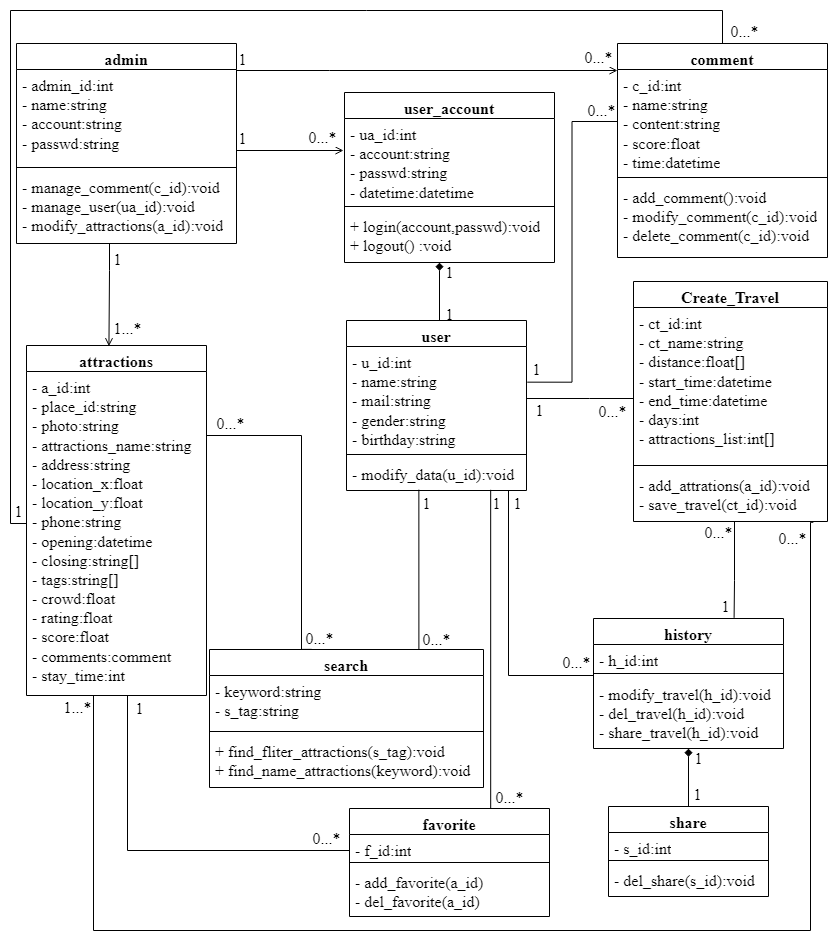
Earlier version of the draw.io export ClassDiagram0430.png (10946009/ntub_112403). Source tidied: cells renumbered, new cells last; positions are measured from the earlier drawing's top-left corner, leaving out a move shared by most shapes.
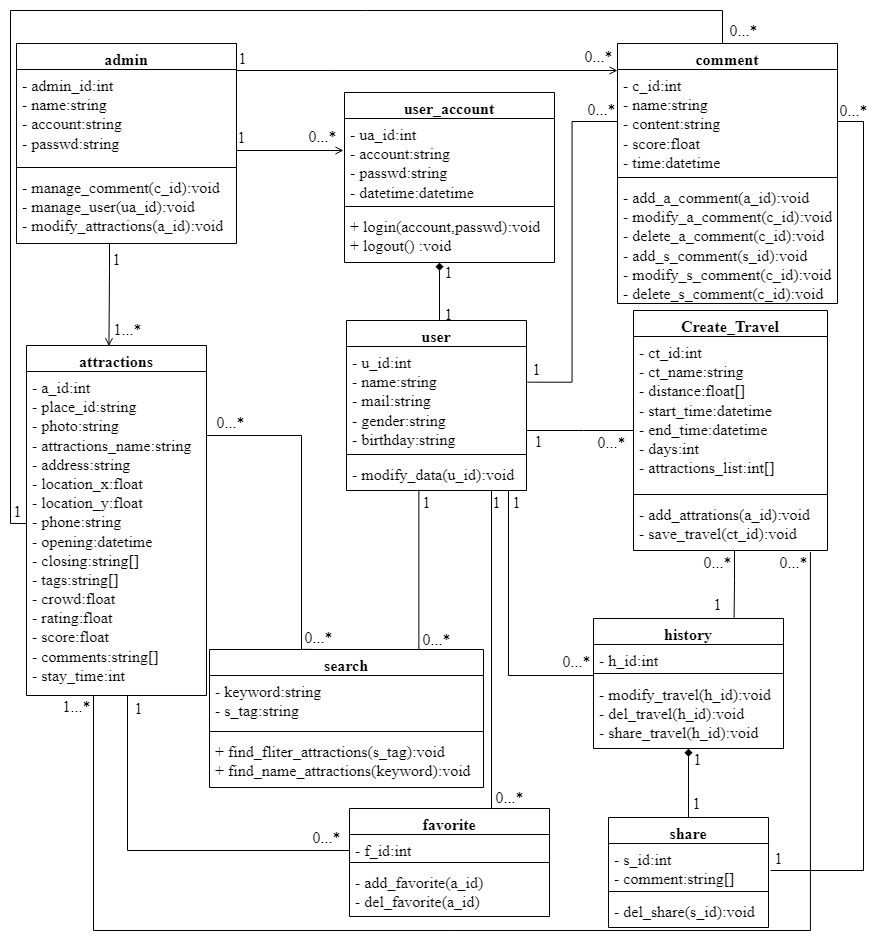
Later version of the same file.

The edit, as a diff of the source:
```diff
@@ -65,7 +65,7 @@
         <mxPoint x="18" y="33" as="offset" />
       </mxGeometry>
     </mxCell>
-    <mxCell id="15" style="edgeStyle=orthogonalEdgeStyle;rounded=0;jettySize=auto;html=1;entryX=0.927;entryY=1.016;entryDx=0;entryDy=0;entryPerimeter=0;endArrow=none;endFill=0;fontFamily=Times New Roman;fontSize=16;" parent="1" edge="1" source="18" target="75">
+    <mxCell id="15" style="edgeStyle=orthogonalEdgeStyle;rounded=0;jettySize=auto;html=1;endArrow=none;endFill=0;fontFamily=Times New Roman;fontSize=16;entryX=0.912;entryY=1.03;entryDx=0;entryDy=0;entryPerimeter=0;" parent="1" edge="1" source="18" target="75">
       <mxGeometry relative="1" as="geometry">
         <Array as="points">
           <mxPoint x="83" y="920" />
@@ -80,13 +80,13 @@
     </mxCell>
     <mxCell id="17" value="0...*" style="edgeLabel;html=1;align=center;verticalAlign=middle;fontFamily=Times New Roman;fontSize=16;" parent="15" vertex="1">
       <mxGeometry x="0.98" y="1" relative="1" as="geometry">
-        <mxPoint x="-18" y="8" as="offset" />
+        <mxPoint x="-16" as="offset" />
       </mxGeometry>
     </mxCell>
     <mxCell id="18" value="attractions" style="swimlane;fontStyle=1;align=center;verticalAlign=top;horizontal=1;startSize=26;whiteSpace=wrap;html=1;fontFamily=Times New Roman;fontSize=16;" parent="1" vertex="1">
       <mxGeometry x="16" y="335" width="180" height="350" as="geometry" />
     </mxCell>
-    <mxCell id="19" value="- a_id:int&lt;br style=&quot;font-size: 16px;&quot;&gt;- place_id:string&lt;br style=&quot;border-color: var(--border-color); font-size: 16px;&quot;&gt;&lt;span style=&quot;border-color: var(--border-color); font-size: 16px;&quot;&gt;- photo:string&lt;/span&gt;&lt;br style=&quot;border-color: var(--border-color); font-size: 16px;&quot;&gt;&lt;span style=&quot;border-color: var(--border-color); font-size: 16px;&quot;&gt;- attractions_name:string&lt;/span&gt;&lt;br style=&quot;border-color: var(--border-color); font-size: 16px;&quot;&gt;&lt;span style=&quot;border-color: var(--border-color); font-size: 16px;&quot;&gt;- address:string&lt;/span&gt;&lt;br style=&quot;border-color: var(--border-color); font-size: 16px;&quot;&gt;&lt;span style=&quot;border-color: var(--border-color); font-size: 16px;&quot;&gt;- location_x:float&lt;/span&gt;&lt;br style=&quot;border-color: var(--border-color); font-size: 16px;&quot;&gt;&lt;span style=&quot;border-color: var(--border-color); font-size: 16px;&quot;&gt;- location_y:float&lt;/span&gt;&lt;br style=&quot;border-color: var(--border-color); font-size: 16px;&quot;&gt;&lt;span style=&quot;border-color: var(--border-color); font-size: 16px;&quot;&gt;- phone:string&lt;/span&gt;&lt;br style=&quot;border-color: var(--border-color); font-size: 16px;&quot;&gt;&lt;span style=&quot;border-color: var(--border-color); font-size: 16px;&quot;&gt;- opening:datetime&lt;/span&gt;&lt;br style=&quot;border-color: var(--border-color); font-size: 16px;&quot;&gt;&lt;span style=&quot;border-color: var(--border-color); font-size: 16px;&quot;&gt;- closing:string[]&lt;/span&gt;&lt;br style=&quot;border-color: var(--border-color); font-size: 16px;&quot;&gt;&lt;span style=&quot;border-color: var(--border-color); font-size: 16px;&quot;&gt;- tags:string[]&lt;/span&gt;&lt;br style=&quot;border-color: var(--border-color); font-size: 16px;&quot;&gt;&lt;span style=&quot;border-color: var(--border-color); font-size: 16px;&quot;&gt;- crowd:float&lt;/span&gt;&lt;br style=&quot;border-color: var(--border-color); font-size: 16px;&quot;&gt;&lt;span style=&quot;border-color: var(--border-color); font-size: 16px;&quot;&gt;- rating:float&lt;/span&gt;&lt;br style=&quot;border-color: var(--border-color); font-size: 16px;&quot;&gt;&lt;span style=&quot;border-color: var(--border-color); font-size: 16px;&quot;&gt;- score:float&lt;/span&gt;&lt;br style=&quot;border-color: var(--border-color); font-size: 16px;&quot;&gt;&lt;span style=&quot;border-color: var(--border-color); font-size: 16px;&quot;&gt;- comments:comment&lt;/span&gt;&lt;br style=&quot;border-color: var(--border-color); font-size: 16px;&quot;&gt;&lt;span style=&quot;border-color: var(--border-color); font-size: 16px;&quot;&gt;- stay_time:int&lt;/span&gt;" style="text;strokeColor=none;fillColor=none;align=left;verticalAlign=top;spacingLeft=4;spacingRight=4;overflow=hidden;points=[[0,0.5],[1,0.5]];portConstraint=eastwest;whiteSpace=wrap;html=1;fontFamily=Times New Roman;fontSize=16;" parent="18" vertex="1">
+    <mxCell id="19" value="- a_id:int&lt;br style=&quot;font-size: 16px;&quot;&gt;- place_id:string&lt;br style=&quot;border-color: var(--border-color); font-size: 16px;&quot;&gt;&lt;span style=&quot;border-color: var(--border-color); font-size: 16px;&quot;&gt;- photo:string&lt;/span&gt;&lt;br style=&quot;border-color: var(--border-color); font-size: 16px;&quot;&gt;&lt;span style=&quot;border-color: var(--border-color); font-size: 16px;&quot;&gt;- attractions_name:string&lt;/span&gt;&lt;br style=&quot;border-color: var(--border-color); font-size: 16px;&quot;&gt;&lt;span style=&quot;border-color: var(--border-color); font-size: 16px;&quot;&gt;- address:string&lt;/span&gt;&lt;br style=&quot;border-color: var(--border-color); font-size: 16px;&quot;&gt;&lt;span style=&quot;border-color: var(--border-color); font-size: 16px;&quot;&gt;- location_x:float&lt;/span&gt;&lt;br style=&quot;border-color: var(--border-color); font-size: 16px;&quot;&gt;&lt;span style=&quot;border-color: var(--border-color); font-size: 16px;&quot;&gt;- location_y:float&lt;/span&gt;&lt;br style=&quot;border-color: var(--border-color); font-size: 16px;&quot;&gt;&lt;span style=&quot;border-color: var(--border-color); font-size: 16px;&quot;&gt;- phone:string&lt;/span&gt;&lt;br style=&quot;border-color: var(--border-color); font-size: 16px;&quot;&gt;&lt;span style=&quot;border-color: var(--border-color); font-size: 16px;&quot;&gt;- opening:datetime&lt;/span&gt;&lt;br style=&quot;border-color: var(--border-color); font-size: 16px;&quot;&gt;&lt;span style=&quot;border-color: var(--border-color); font-size: 16px;&quot;&gt;- closing:string[]&lt;/span&gt;&lt;br style=&quot;border-color: var(--border-color); font-size: 16px;&quot;&gt;&lt;span style=&quot;border-color: var(--border-color); font-size: 16px;&quot;&gt;- tags:string[]&lt;/span&gt;&lt;br style=&quot;border-color: var(--border-color); font-size: 16px;&quot;&gt;&lt;span style=&quot;border-color: var(--border-color); font-size: 16px;&quot;&gt;- crowd:float&lt;/span&gt;&lt;br style=&quot;border-color: var(--border-color); font-size: 16px;&quot;&gt;&lt;span style=&quot;border-color: var(--border-color); font-size: 16px;&quot;&gt;- rating:float&lt;/span&gt;&lt;br style=&quot;border-color: var(--border-color); font-size: 16px;&quot;&gt;&lt;span style=&quot;border-color: var(--border-color); font-size: 16px;&quot;&gt;- score:float&lt;/span&gt;&lt;br style=&quot;border-color: var(--border-color); font-size: 16px;&quot;&gt;&lt;span style=&quot;border-color: var(--border-color); font-size: 16px;&quot;&gt;- comments:string[]&lt;/span&gt;&lt;br style=&quot;border-color: var(--border-color); font-size: 16px;&quot;&gt;&lt;span style=&quot;border-color: var(--border-color); font-size: 16px;&quot;&gt;- stay_time:int&lt;/span&gt;" style="text;strokeColor=none;fillColor=none;align=left;verticalAlign=top;spacingLeft=4;spacingRight=4;overflow=hidden;points=[[0,0.5],[1,0.5]];portConstraint=eastwest;whiteSpace=wrap;html=1;fontFamily=Times New Roman;fontSize=16;" parent="18" vertex="1">
       <mxGeometry y="26" width="180" height="324" as="geometry" />
     </mxCell>
     <mxCell id="20" style="edgeStyle=orthogonalEdgeStyle;rounded=0;jettySize=auto;html=1;endArrow=none;endFill=0;startArrow=open;startFill=0;fontFamily=Times New Roman;fontSize=16;strokeColor=default;" parent="1" edge="1" source="26" target="47">
@@ -127,16 +127,16 @@
       </mxGeometry>
     </mxCell>
     <mxCell id="26" value="comment" style="swimlane;fontStyle=1;align=center;verticalAlign=top;horizontal=1;startSize=26;whiteSpace=wrap;html=1;fontFamily=Times New Roman;fontSize=16;" parent="1" vertex="1">
-      <mxGeometry x="607" y="33" width="210" height="214" as="geometry" />
+      <mxGeometry x="607" y="33" width="220" height="260" as="geometry" />
     </mxCell>
     <mxCell id="27" value="- c_id:int&lt;br style=&quot;border-color: var(--border-color); font-size: 16px;&quot;&gt;&lt;span style=&quot;font-size: 16px;&quot;&gt;- name:string&lt;/span&gt;&lt;br style=&quot;border-color: var(--border-color); font-size: 16px;&quot;&gt;&lt;span style=&quot;font-size: 16px;&quot;&gt;- content:string&lt;/span&gt;&lt;br style=&quot;border-color: var(--border-color); font-size: 16px;&quot;&gt;&lt;span style=&quot;font-size: 16px;&quot;&gt;- score:float&lt;/span&gt;&lt;br style=&quot;border-color: var(--border-color); font-size: 16px;&quot;&gt;&lt;span style=&quot;font-size: 16px;&quot;&gt;- time:datetime&lt;/span&gt;" style="text;strokeColor=none;fillColor=none;align=left;verticalAlign=top;spacingLeft=4;spacingRight=4;overflow=hidden;points=[[0,0.5],[1,0.5]];portConstraint=eastwest;whiteSpace=wrap;html=1;fontFamily=Times New Roman;fontSize=16;" parent="26" vertex="1">
-      <mxGeometry y="26" width="210" height="104" as="geometry" />
+      <mxGeometry y="26" width="220" height="104" as="geometry" />
     </mxCell>
     <mxCell id="28" style="line;strokeWidth=1;fillColor=none;align=left;verticalAlign=middle;spacingTop=-1;spacingLeft=3;spacingRight=3;labelPosition=right;strokeColor=inherit;fontFamily=Times New Roman;fontSize=16;" parent="26" vertex="1">
-      <mxGeometry y="130" width="210" height="8" as="geometry" />
+      <mxGeometry y="130" width="220" height="8" as="geometry" />
     </mxCell>
-    <mxCell id="29" value="- add_comment():void&lt;br style=&quot;border-color: var(--border-color); font-size: 16px;&quot;&gt;&lt;span style=&quot;font-size: 16px;&quot;&gt;- modify_comment(c_id):void&lt;/span&gt;&lt;br style=&quot;border-color: var(--border-color); font-size: 16px;&quot;&gt;&lt;span style=&quot;font-size: 16px;&quot;&gt;- delete_comment(c_id):void&lt;/span&gt;" style="text;strokeColor=none;fillColor=none;align=left;verticalAlign=top;spacingLeft=4;spacingRight=4;overflow=hidden;whiteSpace=wrap;html=1;fontFamily=Times New Roman;fontSize=16;" parent="26" vertex="1">
-      <mxGeometry y="138" width="210" height="76" as="geometry" />
+    <mxCell id="29" value="- add_a_comment(a_id):void&lt;br style=&quot;border-color: var(--border-color); font-size: 16px;&quot;&gt;&lt;span style=&quot;font-size: 16px;&quot;&gt;- modify_a_comment(c_id):void&lt;/span&gt;&lt;br style=&quot;border-color: var(--border-color); font-size: 16px;&quot;&gt;- delete_a_comment(c_id):void&lt;br&gt;- add_s_comment(s_id):void&lt;br style=&quot;border-color: var(--border-color);&quot;&gt;&lt;span style=&quot;border-color: var(--border-color);&quot;&gt;- modify_s_comment(c_id):void&lt;/span&gt;&lt;br style=&quot;border-color: var(--border-color);&quot;&gt;&lt;span style=&quot;border-color: var(--border-color);&quot;&gt;- delete_s_comment(c_id):void&lt;/span&gt;&lt;span style=&quot;font-size: 16px;&quot;&gt;&lt;br&gt;&lt;/span&gt;" style="text;strokeColor=none;fillColor=none;align=left;verticalAlign=top;spacingLeft=4;spacingRight=4;overflow=hidden;whiteSpace=wrap;html=1;fontFamily=Times New Roman;fontSize=16;" parent="26" vertex="1">
+      <mxGeometry y="138" width="220" height="122" as="geometry" />
     </mxCell>
     <mxCell id="30" style="edgeStyle=orthogonalEdgeStyle;rounded=0;jettySize=auto;html=1;entryX=0.5;entryY=0;entryDx=0;entryDy=0;endArrow=none;endFill=0;fontFamily=Times New Roman;fontSize=16;startArrow=diamond;startFill=1;exitX=0.5;exitY=1;exitDx=0;exitDy=0;exitPerimeter=0;" parent="1" edge="1" source="36" target="61">
       <mxGeometry relative="1" as="geometry" />
@@ -271,16 +271,16 @@
       <mxGeometry y="58" width="200" height="50" as="geometry" />
     </mxCell>
     <mxCell id="61" value="share" style="swimlane;fontStyle=1;align=center;verticalAlign=top;horizontal=1;startSize=26;whiteSpace=wrap;html=1;fontFamily=Times New Roman;fontSize=16;" parent="1" vertex="1">
-      <mxGeometry x="598" y="796" width="160" height="90" as="geometry" />
+      <mxGeometry x="598" y="807" width="160" height="110" as="geometry" />
     </mxCell>
-    <mxCell id="62" value="- s_id:int" style="text;strokeColor=none;fillColor=none;align=left;verticalAlign=top;spacingLeft=4;spacingRight=4;overflow=hidden;whiteSpace=wrap;html=1;fontFamily=Times New Roman;fontSize=16;" parent="61" vertex="1">
-      <mxGeometry y="26" width="160" height="24" as="geometry" />
+    <mxCell id="62" value="- s_id:int&lt;br&gt;- comment:string[]" style="text;strokeColor=none;fillColor=none;align=left;verticalAlign=top;spacingLeft=4;spacingRight=4;overflow=hidden;whiteSpace=wrap;html=1;fontFamily=Times New Roman;fontSize=16;" parent="61" vertex="1">
+      <mxGeometry y="26" width="160" height="44" as="geometry" />
     </mxCell>
     <mxCell id="63" style="line;strokeWidth=1;fillColor=none;align=left;verticalAlign=middle;spacingTop=-1;spacingLeft=3;spacingRight=3;labelPosition=right;strokeColor=inherit;fontFamily=Times New Roman;fontSize=16;" parent="61" vertex="1">
-      <mxGeometry y="50" width="160" height="8" as="geometry" />
+      <mxGeometry y="70" width="160" height="8" as="geometry" />
     </mxCell>
     <mxCell id="64" value="&lt;span style=&quot;font-size: 16px;&quot;&gt;- del_share(s_id):void&lt;/span&gt;" style="text;strokeColor=none;fillColor=none;align=left;verticalAlign=top;spacingLeft=4;spacingRight=4;overflow=hidden;whiteSpace=wrap;html=1;fontFamily=Times New Roman;fontSize=16;" parent="61" vertex="1">
-      <mxGeometry y="58" width="160" height="32" as="geometry" />
+      <mxGeometry y="78" width="160" height="32" as="geometry" />
     </mxCell>
     <mxCell id="65" value="search" style="swimlane;fontStyle=1;align=center;verticalAlign=top;horizontal=1;startSize=26;whiteSpace=wrap;html=1;fontFamily=Times New Roman;fontSize=16;" parent="1" vertex="1">
       <mxGeometry x="199" y="639" width="274" height="138" as="geometry" />
@@ -304,16 +304,16 @@
     </mxCell>
     <mxCell id="70" value="0...*" style="edgeLabel;html=1;align=center;verticalAlign=middle;fontFamily=Times New Roman;fontSize=16;" parent="69" vertex="1">
       <mxGeometry x="-0.7" y="-1" relative="1" as="geometry">
-        <mxPoint x="-16" y="-4" as="offset" />
+        <mxPoint x="-16" y="2" as="offset" />
       </mxGeometry>
     </mxCell>
     <mxCell id="71" value="1" style="edgeLabel;html=1;align=center;verticalAlign=middle;fontFamily=Times New Roman;fontSize=16;" parent="69" vertex="1">
       <mxGeometry x="0.29" y="-1" relative="1" as="geometry">
-        <mxPoint x="-8" y="23" as="offset" />
+        <mxPoint x="-16" y="10" as="offset" />
       </mxGeometry>
     </mxCell>
     <mxCell id="72" value="Create_Travel" style="swimlane;fontStyle=1;align=center;verticalAlign=top;horizontal=1;startSize=26;whiteSpace=wrap;html=1;fontFamily=Times New Roman;fontSize=16;" parent="1" vertex="1">
-      <mxGeometry x="623" y="271" width="194" height="240" as="geometry" />
+      <mxGeometry x="623" y="300" width="194" height="240" as="geometry" />
     </mxCell>
     <mxCell id="73" value="- ct_id:int&lt;br style=&quot;border-color: var(--border-color); font-size: 16px;&quot;&gt;&lt;span style=&quot;font-size: 16px;&quot;&gt;- ct_name:string&lt;/span&gt;&lt;br style=&quot;border-color: var(--border-color); font-size: 16px;&quot;&gt;&lt;span style=&quot;font-size: 16px;&quot;&gt;- distance:float[]&lt;/span&gt;&lt;br style=&quot;border-color: var(--border-color); font-size: 16px;&quot;&gt;&lt;span style=&quot;font-size: 16px;&quot;&gt;- start_time:datetime&lt;/span&gt;&lt;br style=&quot;border-color: var(--border-color); font-size: 16px;&quot;&gt;&lt;span style=&quot;font-size: 16px;&quot;&gt;- end_time:datetime&lt;/span&gt;&lt;br style=&quot;border-color: var(--border-color); font-size: 16px;&quot;&gt;&lt;span style=&quot;font-size: 16px;&quot;&gt;- days:int&lt;/span&gt;&lt;br style=&quot;border-color: var(--border-color); font-size: 16px;&quot;&gt;&lt;span style=&quot;font-size: 16px;&quot;&gt;- attractions_list:int[]&lt;/span&gt;" style="text;strokeColor=none;fillColor=none;align=left;verticalAlign=top;spacingLeft=4;spacingRight=4;overflow=hidden;points=[[0,0.5],[1,0.5]];portConstraint=eastwest;whiteSpace=wrap;html=1;fontFamily=Times New Roman;fontSize=16;" parent="72" vertex="1">
       <mxGeometry y="26" width="194" height="154" as="geometry" />
@@ -327,8 +327,8 @@
     <mxCell id="76" style="edgeStyle=orthogonalEdgeStyle;rounded=0;jettySize=auto;html=1;endArrow=none;endFill=0;fontFamily=Times New Roman;fontSize=16;" parent="1" edge="1" source="9" target="73">
       <mxGeometry relative="1" as="geometry">
         <Array as="points">
-          <mxPoint x="579" y="388" />
-          <mxPoint x="579" y="388" />
+          <mxPoint x="573" y="420" />
+          <mxPoint x="573" y="420" />
         </Array>
       </mxGeometry>
     </mxCell>
@@ -379,5 +379,24 @@
         <mxPoint x="101" y="289" as="targetPoint" />
       </mxGeometry>
     </mxCell>
+    <mxCell id="86" style="edgeStyle=orthogonalEdgeStyle;rounded=0;jettySize=auto;html=1;endArrow=none;endFill=0;fontFamily=Times New Roman;fontSize=16;" parent="1" edge="1" source="27">
+      <mxGeometry relative="1" as="geometry">
+        <mxPoint x="760" y="860" as="targetPoint" />
+        <Array as="points">
+          <mxPoint x="853" y="111" />
+          <mxPoint x="853" y="860" />
+        </Array>
+      </mxGeometry>
+    </mxCell>
+    <mxCell id="87" value="0...*" style="edgeLabel;html=1;align=center;verticalAlign=middle;fontFamily=Times New Roman;fontSize=16;" parent="86" vertex="1">
+      <mxGeometry x="-0.94" y="2" relative="1" as="geometry">
+        <mxPoint x="-12" y="-12" as="offset" />
+      </mxGeometry>
+    </mxCell>
+    <mxCell id="88" value="1" style="edgeLabel;html=1;align=center;verticalAlign=middle;fontFamily=Times New Roman;fontSize=16;" parent="86" vertex="1">
+      <mxGeometry x="0.96" y="-2" relative="1" as="geometry">
+        <mxPoint x="-11" y="-10" as="offset" />
+      </mxGeometry>
+    </mxCell>
   </root>
 </mxGraphModel>
```
